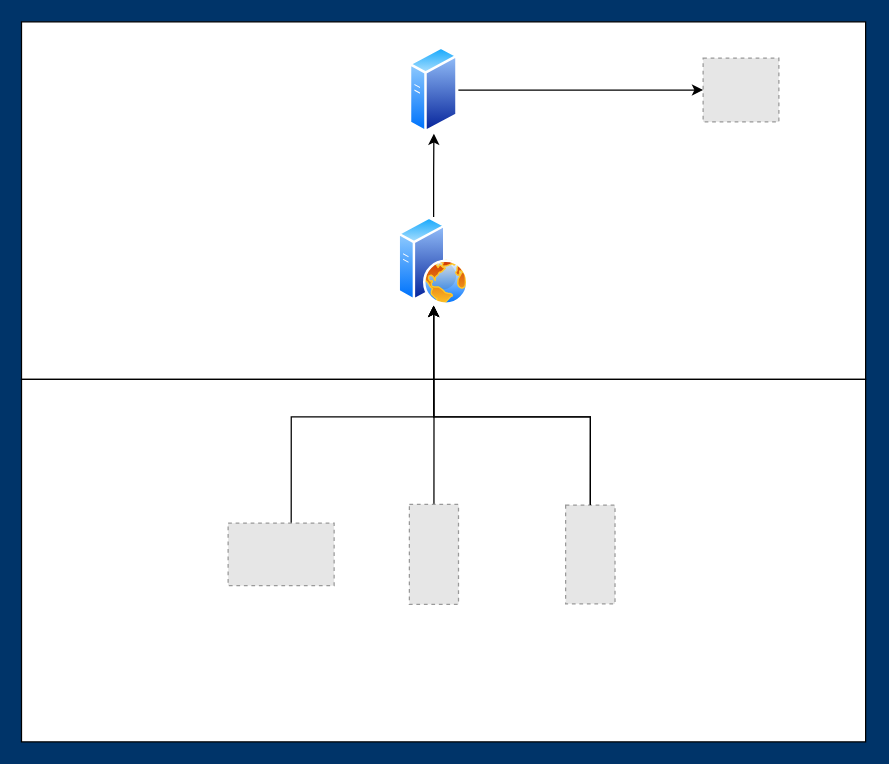
The draw.io diagram Untitled Diagram.drawio in Foward-Fu/Demo, before the edit. Source tidied: cells renumbered, new cells numbered last; positions are measured from the earlier drawing's top-left corner, leaving out a move shared by most shapes. Both pictures are drawn from the tidied source at 125%, with x=0, y=0 at pixel (21, 21). Pictures stored in the file or linked from it are replaced by grey dashed boxes.
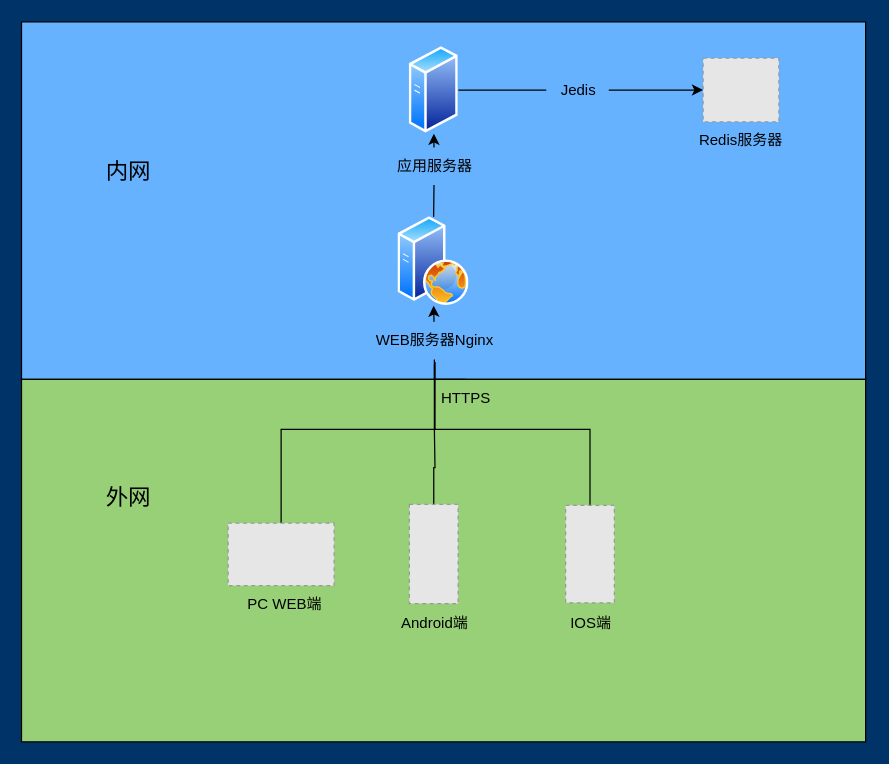
Above is the later version.

Unchanged cells that the change refers to:
```xml
<mxCell id="4" style="perimeter=ellipsePerimeter;html=1;align=center;shadow=0;dashed=0;spacingTop=3;image;image=img/lib/active_directory/web_server.svg;" parent="1" vertex="1">
  <mxGeometry x="301" y="156" width="56.8" height="71" as="geometry" />
</mxCell>
<mxCell id="6" style="perimeter=ellipsePerimeter;html=1;align=center;shadow=0;dashed=0;spacingTop=3;image;image=img/lib/active_directory/generic_server.svg;" parent="1" vertex="1">
  <mxGeometry x="310" y="19.5" width="39.2" height="70" as="geometry" />
</mxCell>
<mxCell id="7" style="fillColor=#E6E6E6;strokeColor=#999999;dashed=1;verticalLabelPosition=bottom;labelBackgroundColor=#ffffff;verticalAlign=top;" parent="1" vertex="1">
  <mxGeometry x="545" y="29" width="60.6" height="51" as="geometry" />
</mxCell>
<mxCell id="10" style="fillColor=#E6E6E6;strokeColor=#999999;dashed=1;verticalLabelPosition=bottom;labelBackgroundColor=#ffffff;verticalAlign=top;" parent="1" vertex="1">
  <mxGeometry x="165" y="401" width="84.8" height="50" as="geometry" />
</mxCell>
```

Change to the diagram source:
```diff
@@
-    <mxCell id="2" style="rounded=0;whiteSpace=wrap;html=1;" parent="1" vertex="1">
+    <mxCell id="2" style="rounded=0;whiteSpace=wrap;html=1;fillColor=#66B2FF;" parent="1" vertex="1">
       <mxGeometry x="-0.3" width="675.3" height="286" as="geometry" />
     </mxCell>
-    <mxCell id="3" style="edgeStyle=orthogonalEdgeStyle;rounded=0;jettySize=auto;html=1;exitX=0.5;exitY=0;exitDx=0;exitDy=0;entryX=0.5;entryY=1;entryDx=0;entryDy=0;" parent="1" edge="1" source="4" target="6">
+    <mxCell id="3" style="edgeStyle=orthogonalEdgeStyle;rounded=0;jettySize=auto;html=1;exitX=0.5;exitY=0;exitDx=0;exitDy=0;entryX=0.5;entryY=1;entryDx=0;entryDy=0;startArrow=none;" parent="1" edge="1" source="21" target="6">
       <mxGeometry relative="1" as="geometry" />
     </mxCell>
@@
-    <mxCell id="5" style="edgeStyle=orthogonalEdgeStyle;rounded=0;jettySize=auto;html=1;entryX=0;entryY=0.5;entryDx=0;entryDy=0;" parent="1" edge="1" source="6" target="7">
+    <mxCell id="5" style="edgeStyle=orthogonalEdgeStyle;rounded=0;jettySize=auto;html=1;entryX=0;entryY=0.5;entryDx=0;entryDy=0;startArrow=none;" parent="1" edge="1" source="28" target="7">
       <mxGeometry relative="1" as="geometry" />
     </mxCell>
@@
-    <mxCell id="8" style="rounded=0;whiteSpace=wrap;html=1;" parent="1" vertex="1">
+    <mxCell id="8" style="rounded=0;whiteSpace=wrap;html=1;fillColor=#97D077;" parent="1" vertex="1">
       <mxGeometry x="-0.3" y="286" width="675.3" height="290" as="geometry" />
     </mxCell>
-    <mxCell id="9" style="edgeStyle=orthogonalEdgeStyle;rounded=0;jettySize=auto;html=1;exitX=0.595;exitY=0.02;exitDx=0;exitDy=0;entryX=0.5;entryY=1;entryDx=0;entryDy=0;exitPerimeter=0;" parent="1" edge="1" source="10" target="4">
-      <mxGeometry relative="1" as="geometry">
-        <Array as="points">
-          <mxPoint x="216" y="316" />
-          <mxPoint x="329" y="316" />
-        </Array>
-      </mxGeometry>
-    </mxCell>
+    <mxCell id="16" style="rounded=0;jettySize=auto;html=1;endArrow=none;endFill=0;edgeStyle=orthogonalEdgeStyle;" parent="1" edge="1" source="10" target="20">
+      <mxGeometry relative="1" as="geometry">
+        <Array as="points">
+          <mxPoint x="208" y="326" />
+          <mxPoint x="330" y="326" />
+        </Array>
+      </mxGeometry>
+    </mxCell>
@@
-    <mxCell id="11" style="edgeStyle=orthogonalEdgeStyle;rounded=0;jettySize=auto;html=1;exitX=0.5;exitY=0;exitDx=0;exitDy=0;entryX=0.5;entryY=1;entryDx=0;entryDy=0;" parent="1" edge="1" source="12" target="4">
-      <mxGeometry relative="1" as="geometry" />
-    </mxCell>
+    <mxCell id="17" style="edgeStyle=orthogonalEdgeStyle;rounded=0;jettySize=auto;html=1;exitX=0.5;exitY=0;exitDx=0;exitDy=0;endArrow=none;endFill=0;" parent="1" edge="1" source="12">
+      <mxGeometry relative="1" as="geometry">
+        <mxPoint x="330" y="326" as="targetPoint" />
+      </mxGeometry>
+    </mxCell>
     <mxCell id="12" style="fillColor=#E6E6E6;strokeColor=#999999;dashed=1;verticalLabelPosition=bottom;labelBackgroundColor=#ffffff;verticalAlign=top;" parent="1" vertex="1">
-      <mxGeometry x="310" y="386" width="39.3" height="80" as="geometry" />
+      <mxGeometry x="310" y="386" width="39" height="79.3" as="geometry" />
     </mxCell>
-    <mxCell id="13" style="edgeStyle=orthogonalEdgeStyle;rounded=0;jettySize=auto;html=1;exitX=0.5;exitY=0;exitDx=0;exitDy=0;entryX=0.5;entryY=1;entryDx=0;entryDy=0;" parent="1" edge="1" source="14" target="4">
-      <mxGeometry relative="1" as="geometry">
-        <Array as="points">
-          <mxPoint x="455" y="316" />
-          <mxPoint x="329" y="316" />
-        </Array>
-      </mxGeometry>
-    </mxCell>
+    <mxCell id="18" style="edgeStyle=orthogonalEdgeStyle;rounded=0;jettySize=auto;html=1;exitX=0.5;exitY=0;exitDx=0;exitDy=0;entryX=0.503;entryY=1.133;entryDx=0;entryDy=0;entryPerimeter=0;endArrow=none;endFill=0;startArrow=none;" parent="1" edge="1" source="23" target="20">
+      <mxGeometry relative="1" as="geometry" />
+    </mxCell>
+    <mxCell id="19" style="edgeStyle=orthogonalEdgeStyle;rounded=0;jettySize=auto;html=1;entryX=0.507;entryY=1.067;entryDx=0;entryDy=0;entryPerimeter=0;endArrow=none;endFill=0;" parent="1" edge="1" source="14" target="20">
+      <mxGeometry relative="1" as="geometry">
+        <Array as="points">
+          <mxPoint x="455" y="326" />
+          <mxPoint x="330" y="326" />
+          <mxPoint x="330" y="272" />
+        </Array>
+      </mxGeometry>
+    </mxCell>
     <mxCell id="14" style="fillColor=#E6E6E6;strokeColor=#999999;dashed=1;verticalLabelPosition=bottom;labelBackgroundColor=#ffffff;verticalAlign=top;" parent="1" vertex="1">
-      <mxGeometry x="435" y="386.5" width="39.5" height="79" as="geometry" />
+      <mxGeometry x="435" y="386.7" width="39" height="78" as="geometry" />
     </mxCell>
-    <mxCell id="15" style="edgeStyle=orthogonalEdgeStyle;rounded=0;jettySize=auto;html=1;exitX=0.5;exitY=0;exitDx=0;exitDy=0;entryX=0.5;entryY=1;entryDx=0;entryDy=0;" parent="1" edge="1" source="14" target="4">
-      <mxGeometry relative="1" as="geometry">
-        <Array as="points">
-          <mxPoint x="455" y="316" />
-          <mxPoint x="329" y="316" />
-        </Array>
-      </mxGeometry>
+    <mxCell id="15" style="edgeStyle=orthogonalEdgeStyle;rounded=0;jettySize=auto;html=1;exitX=0.5;exitY=0;exitDx=0;exitDy=0;entryX=0.5;entryY=1;entryDx=0;entryDy=0;startArrow=none;" parent="1" edge="1" source="20" target="4">
+      <mxGeometry relative="1" as="geometry" />
     </mxCell>
+    <mxCell id="20" value="WEB服务器Nginx" style="text;html=1;align=center;verticalAlign=middle;points=[];fillColor=none;strokeColor=none;rounded=0;" parent="1" vertex="1">
+      <mxGeometry x="269.7" y="240" width="120" height="30" as="geometry" />
+    </mxCell>
+    <mxCell id="21" value="应用服务器" style="text;html=1;align=center;verticalAlign=middle;points=[];fillColor=none;strokeColor=none;rounded=0;" parent="1" vertex="1">
+      <mxGeometry x="289.7" y="100.5" width="80" height="30" as="geometry" />
+    </mxCell>
+    <mxCell id="22" style="edgeStyle=orthogonalEdgeStyle;rounded=0;jettySize=auto;html=1;exitX=0.5;exitY=0;exitDx=0;exitDy=0;entryX=0.5;entryY=1;entryDx=0;entryDy=0;endArrow=none;" parent="1" edge="1" source="4" target="21">
+      <mxGeometry relative="1" as="geometry" />
+    </mxCell>
+    <mxCell id="23" value="HTTPS" style="text;html=1;align=center;verticalAlign=middle;points=[];fillColor=none;strokeColor=none;rounded=0;" parent="1" vertex="1">
+      <mxGeometry x="325" y="286" width="60" height="30" as="geometry" />
+    </mxCell>
+    <mxCell id="24" value="PC WEB端" style="text;html=1;align=center;verticalAlign=middle;fillColor=none;strokeColor=none;rounded=0;" parent="1" vertex="1">
+      <mxGeometry x="169.8" y="451" width="80" height="30" as="geometry" />
+    </mxCell>
+    <mxCell id="25" value="Android端" style="text;html=1;align=center;verticalAlign=middle;fillColor=none;strokeColor=none;rounded=0;" parent="1" vertex="1">
+      <mxGeometry x="289.7" y="465.5" width="80" height="30" as="geometry" />
+    </mxCell>
+    <mxCell id="26" value="IOS端" style="text;html=1;align=center;verticalAlign=middle;fillColor=none;strokeColor=none;rounded=0;" parent="1" vertex="1">
+      <mxGeometry x="424.8" y="465.5" width="60" height="30" as="geometry" />
+    </mxCell>
+    <mxCell id="27" value="Redis服务器" style="text;html=1;align=center;verticalAlign=middle;fillColor=none;strokeColor=none;rounded=0;" parent="1" vertex="1">
+      <mxGeometry x="530.3" y="80" width="90" height="30" as="geometry" />
+    </mxCell>
+    <mxCell id="28" value="Jedis" style="text;html=1;align=center;verticalAlign=middle;points=[];fillColor=none;strokeColor=none;rounded=0;" parent="1" vertex="1">
+      <mxGeometry x="419.5" y="39.5" width="50" height="30" as="geometry" />
+    </mxCell>
+    <mxCell id="29" style="edgeStyle=orthogonalEdgeStyle;rounded=0;jettySize=auto;html=1;entryX=0;entryY=0.5;entryDx=0;entryDy=0;endArrow=none;" parent="1" edge="1" source="6" target="28">
+      <mxGeometry relative="1" as="geometry" />
+    </mxCell>
+    <mxCell id="30" value="&lt;font style=&quot;font-size: 18px;&quot;&gt;内网&lt;/font&gt;" style="text;html=1;align=center;verticalAlign=middle;fillColor=none;strokeColor=none;rounded=0;" parent="1" vertex="1">
+      <mxGeometry x="55" y="100" width="60" height="40" as="geometry" />
+    </mxCell>
+    <mxCell id="31" value="&lt;font style=&quot;font-size: 18px;&quot;&gt;外网&lt;/font&gt;" style="text;html=1;align=center;verticalAlign=middle;fillColor=none;strokeColor=none;rounded=0;" parent="1" vertex="1">
+      <mxGeometry x="55" y="361" width="60" height="40" as="geometry" />
+    </mxCell>
```
